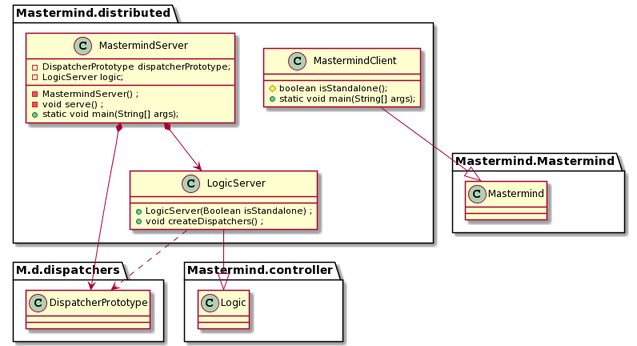
Above: Mastermind/Documentation/paqueteDistributed.png in HarenderS/Mastermind (PlantUML), before the change.
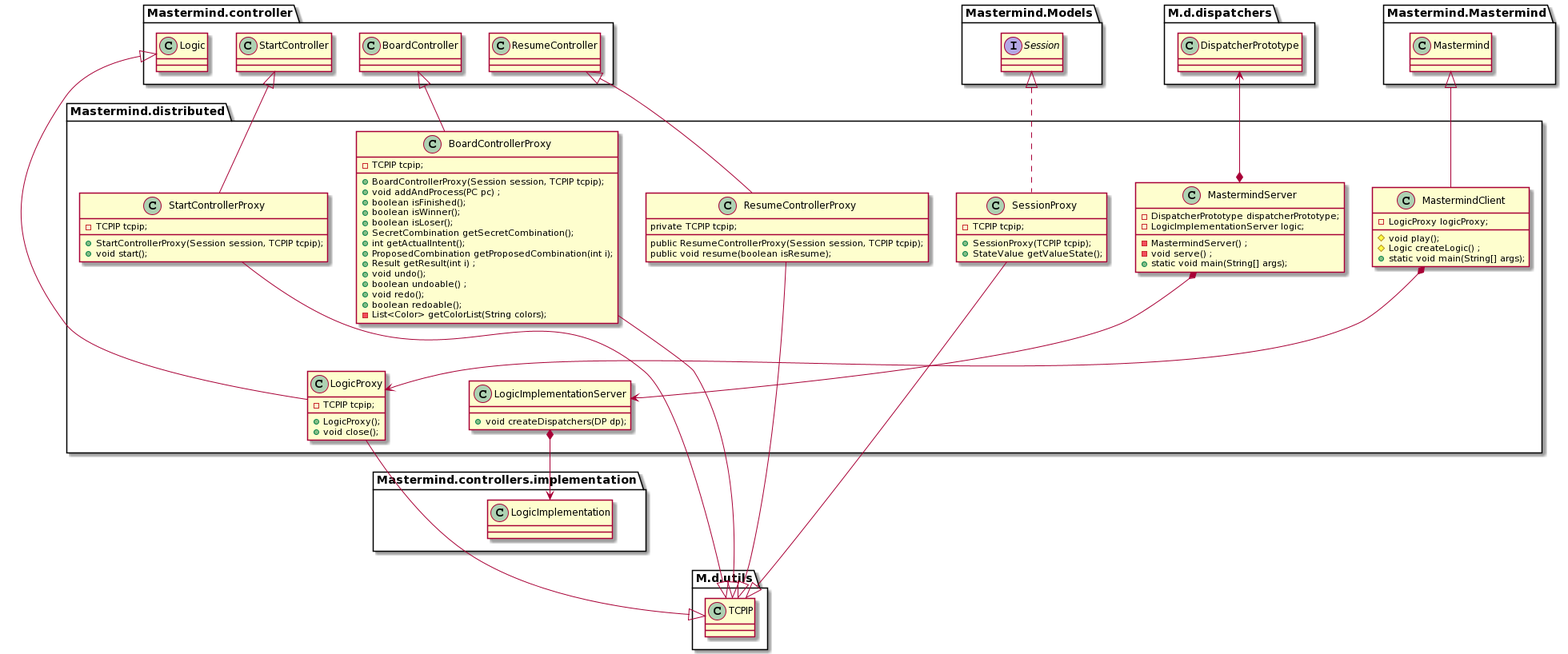
The same file after the commit.

What changed in the source:
```diff
@@ -1,42 +1,113 @@
 @startuml
 package "Mastermind.distributed"{
-class LogicServer {
-	+ LogicServer(Boolean isStandalone) ;
-	+ void createDispatchers() ;
+class LogicImplementationServer {
+	+ void createDispatchers(DP dp);
+}
+
+class LogicProxy {
+	- TCPIP tcpip;
+	+ LogicProxy();
+	+ void close();
 }
 
 class MastermindClient{
-	# boolean isStandalone();
+	- LogicProxy logicProxy;
+
+	# void play();
+	# Logic createLogic() ;
 	+ static void main(String[] args);
 }
+MastermindClient *--> LogicProxy
 
 class MastermindServer {
 	- DispatcherPrototype dispatcherPrototype;
-	- LogicServer logic;
+	- LogicImplementationServer logic;
 
 	- MastermindServer() ;
 	- void serve() ;
 	+ static void main(String[] args);
 }
-MastermindServer *--> LogicServer
+MastermindServer *--> LogicImplementationServer
+
+class ResumeControllerProxy {
+	private TCPIP tcpip;
+
+	public ResumeControllerProxy(Session session, TCPIP tcpip);
+	public void resume(boolean isResume);
+}
+
+class SessionProxy implements Mastermind.Models.Session {
+	- TCPIP tcpip;
+
+	+ SessionProxy(TCPIP tcpip);
+	+ StateValue getValueState();
+}
+
+class StartControllerProxy{
+	- TCPIP tcpip;
+
+	+ StartControllerProxy(Session session, TCPIP tcpip);
+	+ void start();
+}
+
+ class BoardControllerProxy {
+	- TCPIP tcpip;
+
+	+ BoardControllerProxy(Session session, TCPIP tcpip);
+	+ void addAndProcess(PC pc) ;
+	+ boolean isFinished();
+	+ boolean isWinner();
+	+ boolean isLoser();
+	+ SecretCombination getSecretCombination();
+	+ int getActualIntent();
+	+ ProposedCombination getProposedCombination(int i);
+	+ Result getResult(int i) ;
+	+ void undo();
+	+ boolean undoable() ;
+	+ void redo();
+	+ boolean redoable();
+	- List<Color> getColorList(String colors);
+
+}
 }
 
 package "M.d.dispatchers" {
 class DispatcherPrototype
 
-LogicServer  ..> DispatcherPrototype
-MastermindServer *-> DispatcherPrototype
+MastermindServer *-up-> DispatcherPrototype
+}
+
+package "M.d.utils" {
+class TCPIP
+
+BoardControllerProxy  --down-|> TCPIP
+ResumeControllerProxy --down-|> TCPIP
+StartControllerProxy --down-|> TCPIP
+SessionProxy -down--|> TCPIP
+LogicProxy -down--|> TCPIP
 }
 
 package "Mastermind.controller" {
 class Logic
+class BoardController
+class ResumeController
+class StartController
 
-LogicServer --|> Logic
+LogicProxy -|> Logic
+BoardControllerProxy  -up-|> BoardController
+ResumeControllerProxy -up-|> ResumeController
+StartControllerProxy -up-|> StartController
 }
 
 package "Mastermind.Mastermind" {
 class Mastermind
 
-MastermindClient --|> Mastermind
+MastermindClient -up-|> Mastermind
+}
+
+package "Mastermind.controllers.implementation"{
+class LogicImplementation
+
+LogicImplementationServer *-down-> LogicImplementation
 }
 @enduml
```
